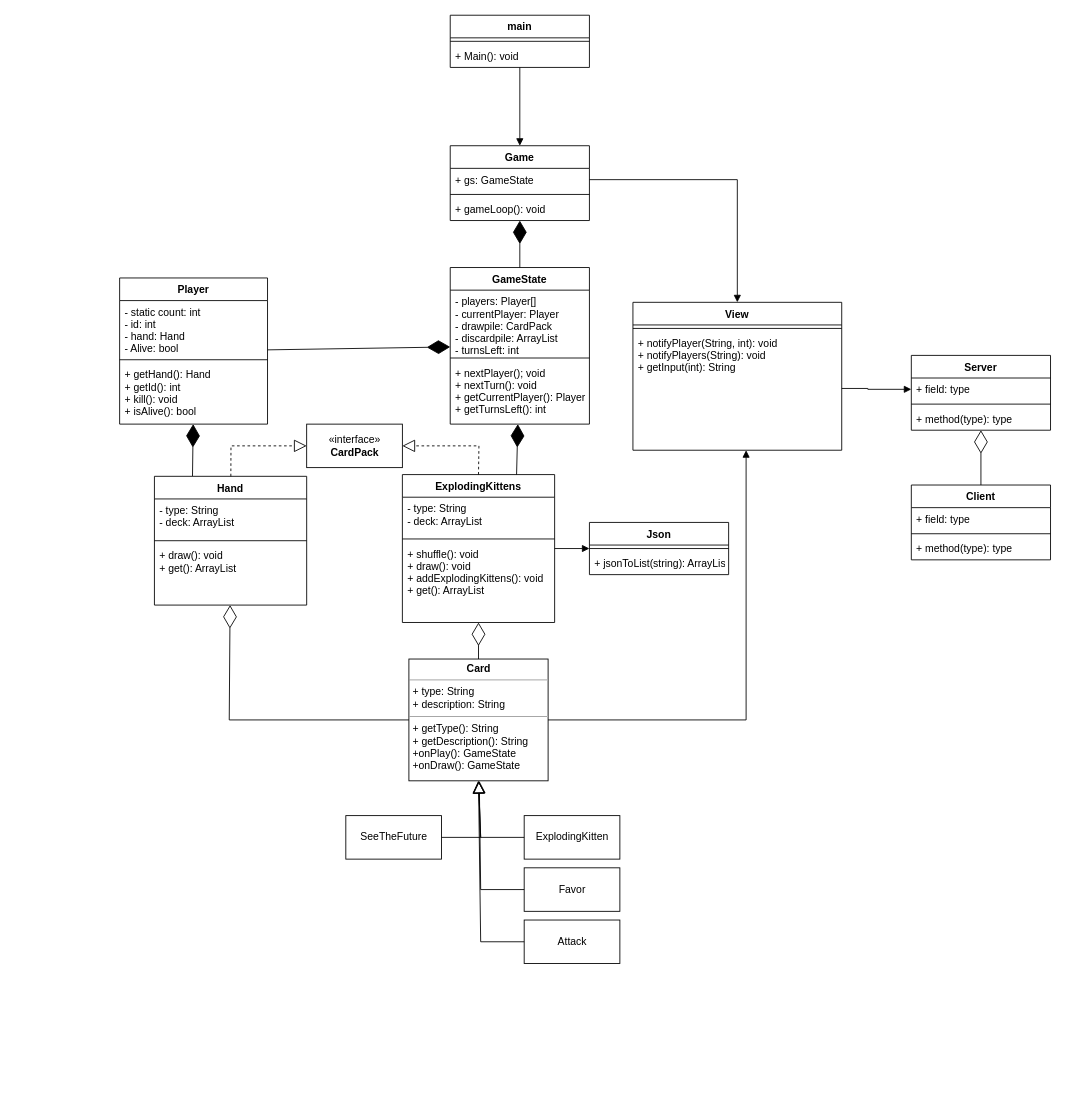
Above: uml/UML.drawio in Mehdows/ExplodingKittens (draw.io), before the change. Source tidied: cells renumbered, new cells numbered last; positions are measured from the earlier drawing's top-left corner, leaving out a move shared by most shapes. Both pictures are drawn from the tidied source at 87%, with x=0, y=0 at pixel (119, 15).
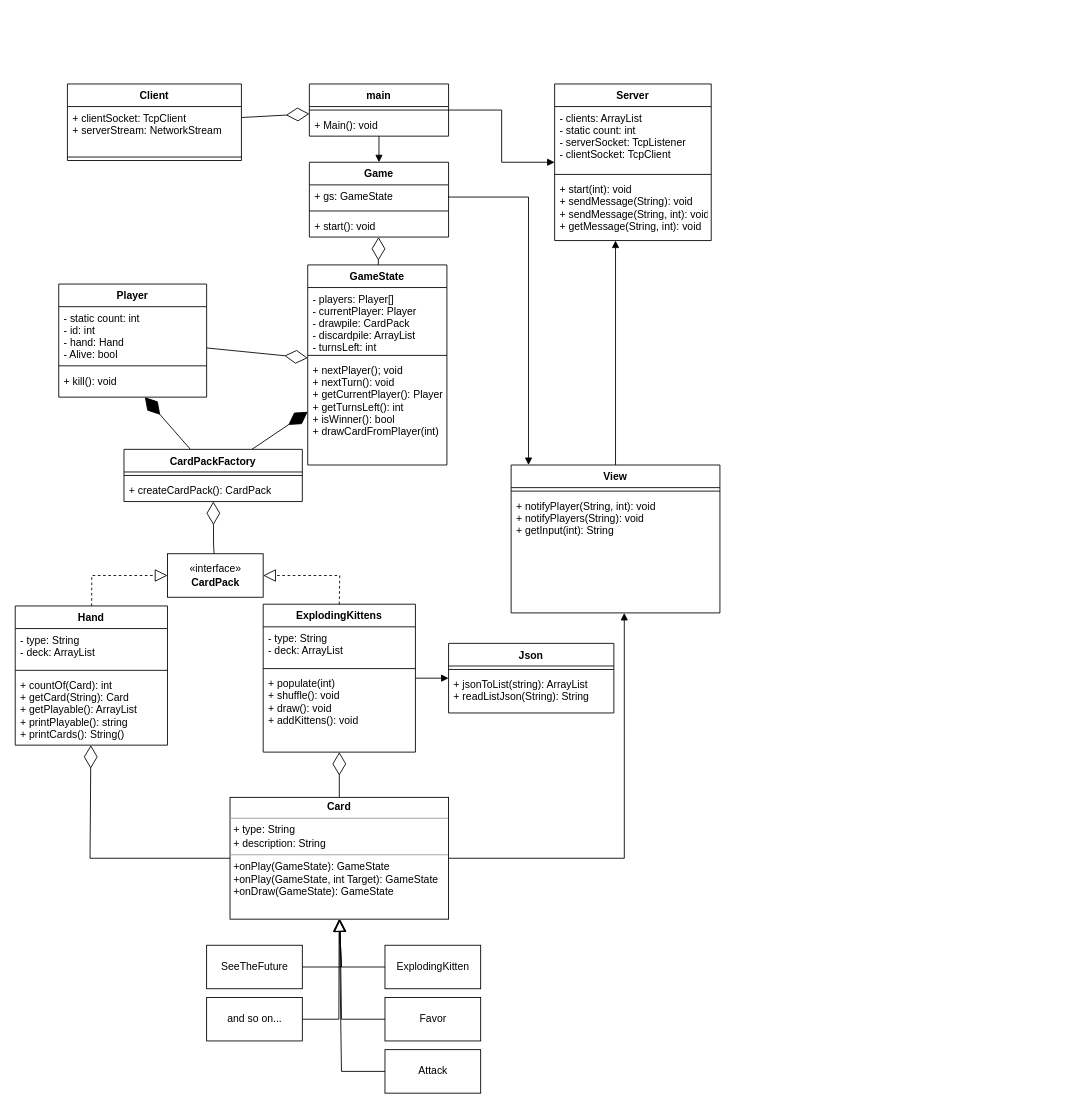
The same page after the edit.

Unchanged cells that the change refers to:
```xml
<mxCell id="45" value="+ gs: GameState" style="text;strokeColor=none;fillColor=none;align=left;verticalAlign=top;spacingLeft=4;spacingRight=4;overflow=hidden;points=[[0,0.5],[1,0.5]];portConstraint=eastwest;" parent="44" vertex="1">
  <mxGeometry y="26" width="160" height="26" as="geometry" />
</mxCell>
```

Change to the diagram source:
```diff
@@
-    <mxCell id="2" value="&lt;p style=&quot;margin: 0px ; margin-top: 4px ; text-align: center&quot;&gt;&lt;b&gt;Card&lt;/b&gt;&lt;/p&gt;&lt;hr size=&quot;1&quot;&gt;&lt;p style=&quot;margin: 0px ; margin-left: 4px&quot;&gt;+ type: String&lt;/p&gt;&lt;p style=&quot;margin: 0px ; margin-left: 4px&quot;&gt;+ description: String&lt;br&gt;&lt;/p&gt;&lt;hr size=&quot;1&quot;&gt;&lt;p style=&quot;margin: 0px ; margin-left: 4px&quot;&gt;+ getType(): String&lt;/p&gt;&lt;p style=&quot;margin: 0px ; margin-left: 4px&quot;&gt;+ getDescription(): String&lt;/p&gt;&lt;p style=&quot;margin: 0px ; margin-left: 4px&quot;&gt;+onPlay(): GameState&lt;/p&gt;&lt;p style=&quot;margin: 0px ; margin-left: 4px&quot;&gt;+onDraw(): GameState&lt;/p&gt;" style="verticalAlign=top;align=left;overflow=fill;fontSize=12;fontFamily=Helvetica;html=1;" parent="1" vertex="1">
-      <mxGeometry x="332.5" y="740" width="160" height="140" as="geometry" />
+    <mxCell id="2" value="&lt;p style=&quot;margin: 0px ; margin-top: 4px ; text-align: center&quot;&gt;&lt;b&gt;Card&lt;/b&gt;&lt;/p&gt;&lt;hr size=&quot;1&quot;&gt;&lt;p style=&quot;margin: 0px ; margin-left: 4px&quot;&gt;+ type: String&lt;/p&gt;&lt;p style=&quot;margin: 0px ; margin-left: 4px&quot;&gt;+ description: String&lt;br&gt;&lt;/p&gt;&lt;hr size=&quot;1&quot;&gt;&lt;p style=&quot;margin: 0px ; margin-left: 4px&quot;&gt;&lt;span style=&quot;background-color: initial;&quot;&gt;+onPlay(GameState): GameState&lt;/span&gt;&lt;br&gt;&lt;/p&gt;&lt;p style=&quot;margin: 0px ; margin-left: 4px&quot;&gt;+onPlay(GameState, int Target): GameState&lt;/p&gt;&lt;p style=&quot;margin: 0px ; margin-left: 4px&quot;&gt;+onDraw(GameState): GameState&lt;/p&gt;&lt;p style=&quot;margin: 0px ; margin-left: 4px&quot;&gt;&lt;br&gt;&lt;/p&gt;" style="verticalAlign=top;align=left;overflow=fill;fontSize=12;fontFamily=Helvetica;html=1;" parent="1" vertex="1">
+      <mxGeometry x="126.9" y="899" width="251.2" height="140" as="geometry" />
     </mxCell>
     <mxCell id="3" value="ExplodingKitten" style="html=1;" parent="1" vertex="1">
-      <mxGeometry x="465" y="920" width="110" height="50" as="geometry" />
+      <mxGeometry x="305" y="1069" width="110" height="50" as="geometry" />
     </mxCell>
     <mxCell id="4" value="Favor" style="html=1;" parent="1" vertex="1">
-      <mxGeometry x="465" y="980" width="110" height="50" as="geometry" />
+      <mxGeometry x="305" y="1129" width="110" height="50" as="geometry" />
     </mxCell>
     <mxCell id="5" value="Attack" style="html=1;" parent="1" vertex="1">
-      <mxGeometry x="465" y="1040" width="110" height="50" as="geometry" />
+      <mxGeometry x="305" y="1189" width="110" height="50" as="geometry" />
     </mxCell>
     <mxCell id="6" value="«interface»&lt;br&gt;&lt;b&gt;CardPack&lt;/b&gt;" style="html=1;" parent="1" vertex="1">
-      <mxGeometry x="215" y="470" width="110" height="50" as="geometry" />
+      <mxGeometry x="55" y="619" width="110" height="50" as="geometry" />
     </mxCell>
     <mxCell id="7" value="ExplodingKittens" style="swimlane;fontStyle=1;align=center;verticalAlign=top;horizontal=1;startSize=26;" parent="1" vertex="1">
-      <mxGeometry x="325" y="528" width="175" height="170" as="geometry" />
+      <mxGeometry x="165" y="677" width="175" height="170" as="geometry" />
     </mxCell>
@@
-    <mxCell id="10" value="+ shuffle(): void&#10;+ draw(): void&#10;+ addExplodingKittens(): void&#10;+ get(): ArrayList" style="text;strokeColor=none;fillColor=none;align=left;verticalAlign=top;spacingLeft=4;spacingRight=4;overflow=hidden;points=[[0,0.5],[1,0.5]];portConstraint=eastwest;" parent="7" vertex="1">
+    <mxCell id="10" value="+ populate(int)&#10;+ shuffle(): void&#10;+ draw(): void&#10;+ addKittens(): void&#10;" style="text;strokeColor=none;fillColor=none;align=left;verticalAlign=top;spacingLeft=4;spacingRight=4;overflow=hidden;points=[[0,0.5],[1,0.5]];portConstraint=eastwest;" parent="7" vertex="1">
       <mxGeometry y="78" width="175" height="92" as="geometry" />
     </mxCell>
     <mxCell id="11" style="endArrow=block;dashed=1;endFill=0;endSize=12;html=1;rounded=0;entryX=1;entryY=0.5;entryDx=0;entryDy=0;exitX=0.5;exitY=0;exitDx=0;exitDy=0;" parent="1" edge="1" source="7" target="6">
       <mxGeometry relative="1" as="geometry">
         <Array as="points">
-          <mxPoint x="413" y="495" />
+          <mxPoint x="253" y="644" />
         </Array>
       </mxGeometry>
     </mxCell>
     <mxCell id="12" style="endArrow=block;endFill=0;endSize=12;html=1;rounded=0;entryX=0.5;entryY=1;entryDx=0;entryDy=0;exitX=0;exitY=0.5;exitDx=0;exitDy=0;" parent="1" edge="1" source="5" target="2">
       <mxGeometry relative="1" as="geometry">
         <Array as="points">
-          <mxPoint x="415" y="1065" />
+          <mxPoint x="255" y="1214" />
         </Array>
       </mxGeometry>
     </mxCell>
     <mxCell id="13" style="endArrow=block;endFill=0;endSize=12;html=1;rounded=0;exitX=0;exitY=0.5;exitDx=0;exitDy=0;" parent="1" edge="1" source="4" target="2">
       <mxGeometry relative="1" as="geometry">
         <Array as="points">
-          <mxPoint x="415" y="1005" />
+          <mxPoint x="255" y="1154" />
         </Array>
       </mxGeometry>
     </mxCell>
     <mxCell id="14" style="endArrow=block;endFill=0;endSize=12;html=1;rounded=0;exitX=0;exitY=0.5;exitDx=0;exitDy=0;entryX=0.5;entryY=1;entryDx=0;entryDy=0;" parent="1" edge="1" source="3" target="2">
       <mxGeometry relative="1" as="geometry">
         <Array as="points">
-          <mxPoint x="415" y="945" />
+          <mxPoint x="255" y="1094" />
         </Array>
       </mxGeometry>
     </mxCell>
     <mxCell id="15" value="SeeTheFuture" style="html=1;" parent="1" vertex="1">
-      <mxGeometry x="260" y="920" width="110" height="50" as="geometry" />
+      <mxGeometry x="100" y="1069" width="110" height="50" as="geometry" />
     </mxCell>
     <mxCell id="16" style="endArrow=block;endFill=0;endSize=12;html=1;rounded=0;exitX=1;exitY=0.5;exitDx=0;exitDy=0;entryX=0.5;entryY=1;entryDx=0;entryDy=0;" parent="1" edge="1" source="15" target="2">
       <mxGeometry relative="1" as="geometry">
         <Array as="points">
-          <mxPoint x="415" y="945" />
+          <mxPoint x="255" y="1094" />
         </Array>
       </mxGeometry>
     </mxCell>
     <mxCell id="17" style="endArrow=diamondThin;endFill=0;endSize=24;html=1;rounded=0;exitX=0;exitY=0.5;exitDx=0;exitDy=0;" parent="1" edge="1" source="2" target="53">
       <mxGeometry relative="1" as="geometry">
         <Array as="points">
-          <mxPoint x="126" y="810" />
+          <mxPoint x="-34" y="969" />
         </Array>
       </mxGeometry>
     </mxCell>
     <mxCell id="18" value="Player" style="swimlane;fontStyle=1;align=center;verticalAlign=top;horizontal=1;startSize=26;" parent="1" vertex="1">
-      <mxGeometry y="302" width="170" height="168" as="geometry" />
+      <mxGeometry x="-70" y="309" width="170" height="130" as="geometry" />
     </mxCell>
@@
-    <mxCell id="21" value="+ getHand(): Hand&#10;+ getId(): int&#10;+ kill(): void&#10;+ isAlive(): bool" style="text;strokeColor=none;fillColor=none;align=left;verticalAlign=top;spacingLeft=4;spacingRight=4;overflow=hidden;points=[[0,0.5],[1,0.5]];portConstraint=eastwest;" parent="18" vertex="1">
-      <mxGeometry y="98" width="170" height="70" as="geometry" />
+    <mxCell id="21" value="+ kill(): void" style="text;strokeColor=none;fillColor=none;align=left;verticalAlign=top;spacingLeft=4;spacingRight=4;overflow=hidden;points=[[0,0.5],[1,0.5]];portConstraint=eastwest;" parent="18" vertex="1">
+      <mxGeometry y="98" width="170" height="32" as="geometry" />
     </mxCell>
@@
-    <mxCell id="23" style="endArrow=diamondThin;endFill=1;endSize=24;html=1;rounded=0;exitX=0.25;exitY=0;exitDx=0;exitDy=0;" parent="1" edge="1" source="53" target="21">
+    <mxCell id="23" style="endArrow=diamondThin;endFill=1;endSize=24;html=1;rounded=0;" parent="1" edge="1" source="66" target="21">
       <mxGeometry relative="1" as="geometry" />
     </mxCell>
     <mxCell id="24" value="GameState" style="swimlane;fontStyle=1;align=center;verticalAlign=top;horizontal=1;startSize=26;" parent="1" vertex="1">
-      <mxGeometry x="380" y="290" width="160" height="180" as="geometry" />
+      <mxGeometry x="216.2" y="287" width="160" height="230" as="geometry" />
     </mxCell>
@@
-    <mxCell id="27" value="+ nextPlayer(); void&#10;+ nextTurn(): void&#10;+ getCurrentPlayer(): Player&#10;+ getTurnsLeft(): int" style="text;strokeColor=none;fillColor=none;align=left;verticalAlign=top;spacingLeft=4;spacingRight=4;overflow=hidden;" parent="24" vertex="1">
-      <mxGeometry y="108" width="160" height="72" as="geometry" />
+    <mxCell id="27" value="+ nextPlayer(); void&#10;+ nextTurn(): void&#10;+ getCurrentPlayer(): Player&#10;+ getTurnsLeft(): int&#10;+ isWinner(): bool&#10;+ drawCardFromPlayer(int)" style="text;strokeColor=none;fillColor=none;align=left;verticalAlign=top;spacingLeft=4;spacingRight=4;overflow=hidden;" parent="24" vertex="1">
+      <mxGeometry y="108" width="160" height="122" as="geometry" />
     </mxCell>
     <mxCell id="28" value="View" style="swimlane;fontStyle=1;align=center;verticalAlign=top;horizontal=1;startSize=26;" parent="1" vertex="1">
-      <mxGeometry x="590" y="330" width="240" height="170" as="geometry" />
+      <mxGeometry x="450" y="517" width="240" height="170" as="geometry" />
     </mxCell>
@@
-    <mxCell id="32" style="endArrow=block;endFill=1;html=1;edgeStyle=orthogonalEdgeStyle;align=left;verticalAlign=top;rounded=0;entryX=0.5;entryY=0;entryDx=0;entryDy=0;exitX=1;exitY=0.5;exitDx=0;exitDy=0;" parent="1" edge="1" source="45" target="28">
+    <mxCell id="32" style="endArrow=block;endFill=1;html=1;edgeStyle=orthogonalEdgeStyle;align=left;verticalAlign=top;rounded=0;exitX=1;exitY=0.5;exitDx=0;exitDy=0;" parent="1" edge="1" source="45" target="28">
       <mxGeometry x="-1" relative="1" as="geometry">
         <Array as="points">
-          <mxPoint x="710" y="189" />
+          <mxPoint x="470" y="209" />
         </Array>
       </mxGeometry>
     </mxCell>
-    <mxCell id="33" style="endArrow=diamondThin;endFill=1;endSize=24;html=1;rounded=0;exitX=0.75;exitY=0;exitDx=0;exitDy=0;" parent="1" edge="1" source="7" target="24">
-      <mxGeometry relative="1" as="geometry" />
-    </mxCell>
     <mxCell id="34" value="Server" style="swimlane;fontStyle=1;align=center;verticalAlign=top;horizontal=1;startSize=26;" parent="1" vertex="1">
-      <mxGeometry x="910" y="391" width="160" height="86" as="geometry" />
+      <mxGeometry x="500" y="79" width="180" height="180" as="geometry" />
     </mxCell>
-    <mxCell id="35" value="+ field: type" style="text;strokeColor=none;fillColor=none;align=left;verticalAlign=top;spacingLeft=4;spacingRight=4;overflow=hidden;points=[[0,0.5],[1,0.5]];portConstraint=eastwest;" parent="34" vertex="1">
-      <mxGeometry y="26" width="160" height="26" as="geometry" />
+    <mxCell id="35" value="- clients: ArrayList&#10;- static count: int&#10;- serverSocket: TcpListener&#10;- clientSocket: TcpClient" style="text;strokeColor=none;fillColor=none;align=left;verticalAlign=top;spacingLeft=4;spacingRight=4;overflow=hidden;points=[[0,0.5],[1,0.5]];portConstraint=eastwest;" parent="34" vertex="1">
+      <mxGeometry y="26" width="180" height="74" as="geometry" />
     </mxCell>
     <mxCell id="36" style="line;strokeWidth=1;fillColor=none;align=left;verticalAlign=middle;spacingTop=-1;spacingLeft=3;spacingRight=3;labelPosition=right;" parent="34" vertex="1">
-      <mxGeometry y="52" width="160" height="8" as="geometry" />
+      <mxGeometry y="100" width="180" height="8" as="geometry" />
     </mxCell>
-    <mxCell id="37" value="+ method(type): type" style="text;strokeColor=none;fillColor=none;align=left;verticalAlign=top;spacingLeft=4;spacingRight=4;overflow=hidden;points=[[0,0.5],[1,0.5]];portConstraint=eastwest;" parent="34" vertex="1">
-      <mxGeometry y="60" width="160" height="26" as="geometry" />
+    <mxCell id="37" value="+ start(int): void&#10;+ sendMessage(String): void&#10;+ sendMessage(String, int): void&#10;+ getMessage(String, int): void" style="text;strokeColor=none;fillColor=none;align=left;verticalAlign=top;spacingLeft=4;spacingRight=4;overflow=hidden;points=[[0,0.5],[1,0.5]];portConstraint=eastwest;" parent="34" vertex="1">
+      <mxGeometry y="108" width="180" height="72" as="geometry" />
     </mxCell>
     <mxCell id="38" value="Client" style="swimlane;fontStyle=1;align=center;verticalAlign=top;horizontal=1;startSize=26;" parent="1" vertex="1">
-      <mxGeometry x="910" y="540" width="160" height="86" as="geometry" />
+      <mxGeometry x="-60" y="79" width="200" height="88" as="geometry" />
     </mxCell>
-    <mxCell id="39" value="+ field: type" style="text;strokeColor=none;fillColor=none;align=left;verticalAlign=top;spacingLeft=4;spacingRight=4;overflow=hidden;" parent="38" vertex="1">
-      <mxGeometry y="26" width="160" height="26" as="geometry" />
+    <mxCell id="39" value="+ clientSocket: TcpClient&#10;+ serverStream: NetworkStream" style="text;strokeColor=none;fillColor=none;align=left;verticalAlign=top;spacingLeft=4;spacingRight=4;overflow=hidden;" parent="38" vertex="1">
+      <mxGeometry y="26" width="200" height="54" as="geometry" />
     </mxCell>
     <mxCell id="40" style="line;strokeWidth=1;fillColor=none;align=left;verticalAlign=middle;spacingTop=-1;spacingLeft=3;spacingRight=3;labelPosition=right;" parent="38" vertex="1">
-      <mxGeometry y="52" width="160" height="8" as="geometry" />
+      <mxGeometry y="80" width="200" height="8" as="geometry" />
     </mxCell>
-    <mxCell id="41" value="+ method(type): type" style="text;strokeColor=none;fillColor=none;align=left;verticalAlign=top;spacingLeft=4;spacingRight=4;overflow=hidden;" parent="38" vertex="1">
-      <mxGeometry y="60" width="160" height="26" as="geometry" />
-    </mxCell>
-    <mxCell id="42" style="endArrow=block;endFill=1;html=1;edgeStyle=orthogonalEdgeStyle;align=left;verticalAlign=top;rounded=0;entryX=0;entryY=0.5;entryDx=0;entryDy=0;" parent="1" edge="1" source="28" target="35">
-      <mxGeometry x="-1" relative="1" as="geometry">
-        <Array as="points">
-          <mxPoint x="860" y="429" />
-        </Array>
-      </mxGeometry>
-    </mxCell>
-    <mxCell id="43" style="endArrow=diamondThin;endFill=0;endSize=24;html=1;rounded=0;exitX=0.5;exitY=0;exitDx=0;exitDy=0;" parent="1" edge="1" source="38" target="34">
-      <mxGeometry relative="1" as="geometry" />
-    </mxCell>
     <mxCell id="44" value="Game" style="swimlane;fontStyle=1;align=center;verticalAlign=top;horizontal=1;startSize=26;" parent="1" vertex="1">
-      <mxGeometry x="380" y="150" width="160" height="86" as="geometry" />
+      <mxGeometry x="218.1" y="169" width="160" height="86" as="geometry" />
     </mxCell>
@@
-    <mxCell id="47" value="+ gameLoop(): void" style="text;strokeColor=none;fillColor=none;align=left;verticalAlign=top;spacingLeft=4;spacingRight=4;overflow=hidden;" parent="44" vertex="1">
+    <mxCell id="47" value="+ start(): void&#10;" style="text;strokeColor=none;fillColor=none;align=left;verticalAlign=top;spacingLeft=4;spacingRight=4;overflow=hidden;" parent="44" vertex="1">
       <mxGeometry y="60" width="160" height="26" as="geometry" />
     </mxCell>
-    <mxCell id="48" style="endArrow=diamondThin;endFill=1;endSize=24;html=1;rounded=0;" parent="1" edge="1" source="24" target="44">
-      <mxGeometry relative="1" as="geometry" />
-    </mxCell>
     <mxCell id="49" value="main" style="swimlane;fontStyle=1;align=center;verticalAlign=top;horizontal=1;startSize=26;" parent="1" vertex="1">
-      <mxGeometry x="380" width="160" height="60" as="geometry" />
+      <mxGeometry x="218.1" y="79" width="160" height="60" as="geometry" />
     </mxCell>
@@
     <mxCell id="53" value="Hand" style="swimlane;fontStyle=1;align=center;verticalAlign=top;horizontal=1;startSize=26;" parent="1" vertex="1">
-      <mxGeometry x="40" y="530" width="175" height="148" as="geometry" />
+      <mxGeometry x="-120" y="679" width="175" height="160" as="geometry" />
     </mxCell>
@@
-    <mxCell id="56" value="+ draw(): void&#10;+ get(): ArrayList&#10;" style="text;strokeColor=none;fillColor=none;align=left;verticalAlign=top;spacingLeft=4;spacingRight=4;overflow=hidden;" parent="53" vertex="1">
-      <mxGeometry y="78" width="175" height="70" as="geometry" />
+    <mxCell id="56" value="+ countOf(Card): int&#10;+ getCard(String): Card&#10;+ getPlayable(): ArrayList&#10;+ printPlayable(): string&#10;+ printCards(): String()&#10;" style="text;strokeColor=none;fillColor=none;align=left;verticalAlign=top;spacingLeft=4;spacingRight=4;overflow=hidden;" parent="53" vertex="1">
+      <mxGeometry y="78" width="175" height="82" as="geometry" />
     </mxCell>
     <mxCell id="57" style="endArrow=block;dashed=1;endFill=0;endSize=12;html=1;rounded=0;entryX=0;entryY=0.5;entryDx=0;entryDy=0;" parent="1" edge="1" source="53" target="6">
       <mxGeometry relative="1" as="geometry">
         <Array as="points">
-          <mxPoint x="128" y="495" />
+          <mxPoint x="-32" y="644" />
         </Array>
       </mxGeometry>
     </mxCell>
-    <mxCell id="58" style="endArrow=diamondThin;endFill=1;endSize=24;html=1;rounded=0;" parent="1" edge="1" source="18" target="24">
-      <mxGeometry relative="1" as="geometry" />
-    </mxCell>
     <mxCell id="59" value="Json" style="swimlane;fontStyle=1;align=center;verticalAlign=top;horizontal=1;startSize=26;" parent="1" vertex="1">
-      <mxGeometry x="540" y="583" width="160" height="60" as="geometry" />
+      <mxGeometry x="378.1" y="722" width="190" height="80" as="geometry" />
     </mxCell>
     <mxCell id="60" style="line;strokeWidth=1;fillColor=none;align=left;verticalAlign=middle;spacingTop=-1;spacingLeft=3;spacingRight=3;labelPosition=right;" parent="59" vertex="1">
-      <mxGeometry y="26" width="160" height="8" as="geometry" />
+      <mxGeometry y="26" width="190" height="8" as="geometry" />
     </mxCell>
-    <mxCell id="61" value="+ jsonToList(string): ArrayList" style="text;strokeColor=none;fillColor=none;align=left;verticalAlign=top;spacingLeft=4;spacingRight=4;overflow=hidden;" parent="59" vertex="1">
-      <mxGeometry y="34" width="160" height="26" as="geometry" />
+    <mxCell id="61" value="+ jsonToList(string): ArrayList&#10;+ readListJson(String): String" style="text;strokeColor=none;fillColor=none;align=left;verticalAlign=top;spacingLeft=4;spacingRight=4;overflow=hidden;" parent="59" vertex="1">
+      <mxGeometry y="34" width="190" height="46" as="geometry" />
     </mxCell>
@@
+    <mxCell id="63" style="endArrow=block;endFill=1;html=1;edgeStyle=orthogonalEdgeStyle;align=left;verticalAlign=top;rounded=0;" parent="1" edge="1" source="28" target="37">
+      <mxGeometry x="-1" relative="1" as="geometry">
+        <Array as="points">
+          <mxPoint x="670" y="239" />
+          <mxPoint x="670" y="239" />
+        </Array>
+      </mxGeometry>
+    </mxCell>
+    <mxCell id="64" value="and so on..." style="html=1;" parent="1" vertex="1">
+      <mxGeometry x="100" y="1129" width="110" height="50" as="geometry" />
+    </mxCell>
+    <mxCell id="65" style="endArrow=block;endFill=0;endSize=12;html=1;rounded=0;exitX=1;exitY=0.5;exitDx=0;exitDy=0;" parent="1" edge="1" source="64" target="2">
+      <mxGeometry relative="1" as="geometry">
+        <Array as="points">
+          <mxPoint x="252" y="1154" />
+        </Array>
+      </mxGeometry>
+    </mxCell>
+    <mxCell id="66" value="CardPackFactory" style="swimlane;fontStyle=1;align=center;verticalAlign=top;horizontal=1;startSize=26;" parent="1" vertex="1">
+      <mxGeometry x="5" y="499" width="205" height="60" as="geometry" />
+    </mxCell>
+    <mxCell id="67" style="line;strokeWidth=1;fillColor=none;align=left;verticalAlign=middle;spacingTop=-1;spacingLeft=3;spacingRight=3;labelPosition=right;strokeColor=inherit;" parent="66" vertex="1">
+      <mxGeometry y="26" width="205" height="8" as="geometry" />
+    </mxCell>
+    <mxCell id="68" value="+ createCardPack(): CardPack" style="text;strokeColor=none;fillColor=none;align=left;verticalAlign=top;spacingLeft=4;spacingRight=4;overflow=hidden;" parent="66" vertex="1">
+      <mxGeometry y="34" width="205" height="26" as="geometry" />
+    </mxCell>
+    <mxCell id="69" style="endArrow=diamondThin;endFill=1;endSize=24;html=1;rounded=0;" parent="1" edge="1" source="66" target="24">
+      <mxGeometry relative="1" as="geometry" />
+    </mxCell>
+    <mxCell id="70" style="endArrow=diamondThin;endFill=0;endSize=24;html=1;rounded=0;" parent="1" edge="1" source="6" target="66">
+      <mxGeometry relative="1" as="geometry">
+        <Array as="points">
+          <mxPoint x="108" y="609" />
+        </Array>
+      </mxGeometry>
+    </mxCell>
+    <mxCell id="58" style="endArrow=diamondThin;endFill=0;endSize=24;html=1;rounded=0;" parent="1" edge="1" source="18" target="24">
+      <mxGeometry relative="1" as="geometry" />
+    </mxCell>
+    <mxCell id="71" style="endArrow=diamondThin;endFill=0;endSize=24;html=1;rounded=0;" parent="1" edge="1" source="38" target="49">
+      <mxGeometry relative="1" as="geometry" />
+    </mxCell>
+    <mxCell id="48" style="endArrow=diamondThin;endFill=0;endSize=24;html=1;rounded=0;" parent="1" edge="1" source="24" target="44">
+      <mxGeometry relative="1" as="geometry" />
+    </mxCell>
+    <mxCell id="72" style="endArrow=block;endFill=1;html=1;edgeStyle=orthogonalEdgeStyle;align=left;verticalAlign=top;rounded=0;" parent="1" edge="1" source="49" target="34">
+      <mxGeometry x="-1" relative="1" as="geometry" />
+    </mxCell>
```
